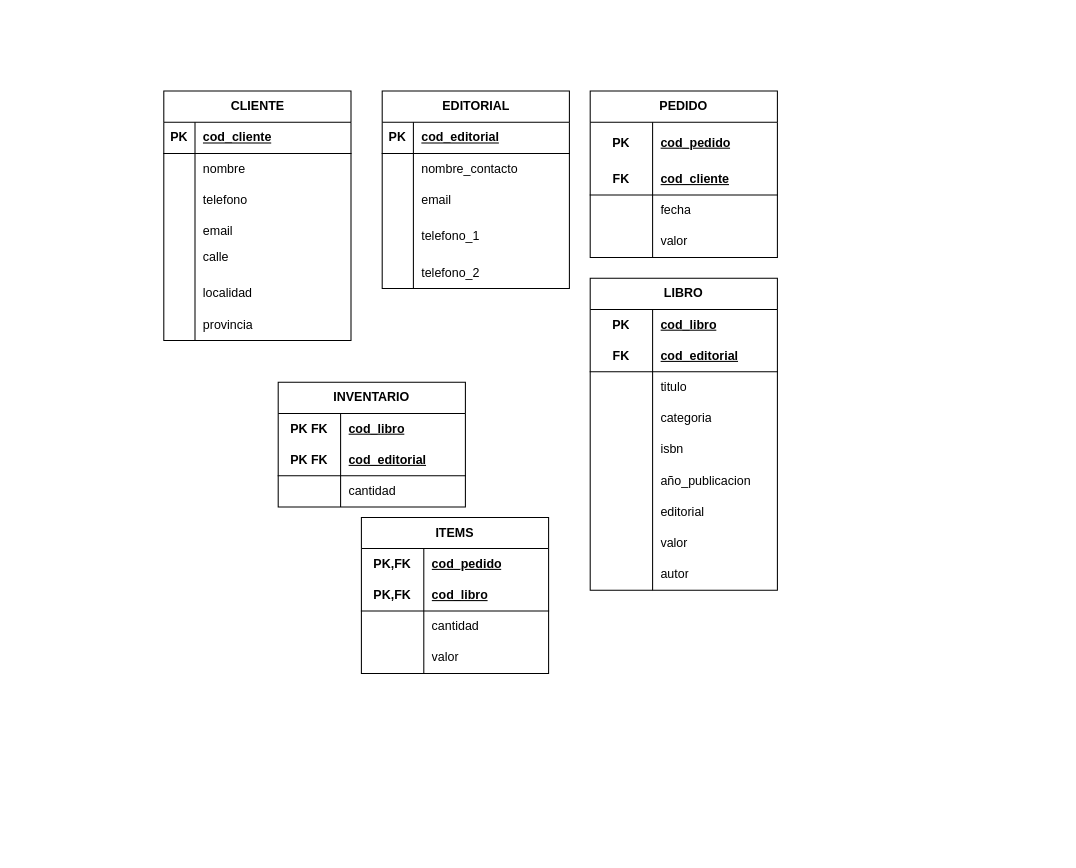
Above: db/modelo-logico.drawio in Sergio-Tolaba/ds_ej (draw.io), before the change. Source tidied: cells renumbered, new cells numbered last; positions are measured from the earlier drawing's top-left corner, leaving out a move shared by most shapes. Both pictures are drawn from the tidied source at 104%, with x=0, y=0 at pixel (163, 90).
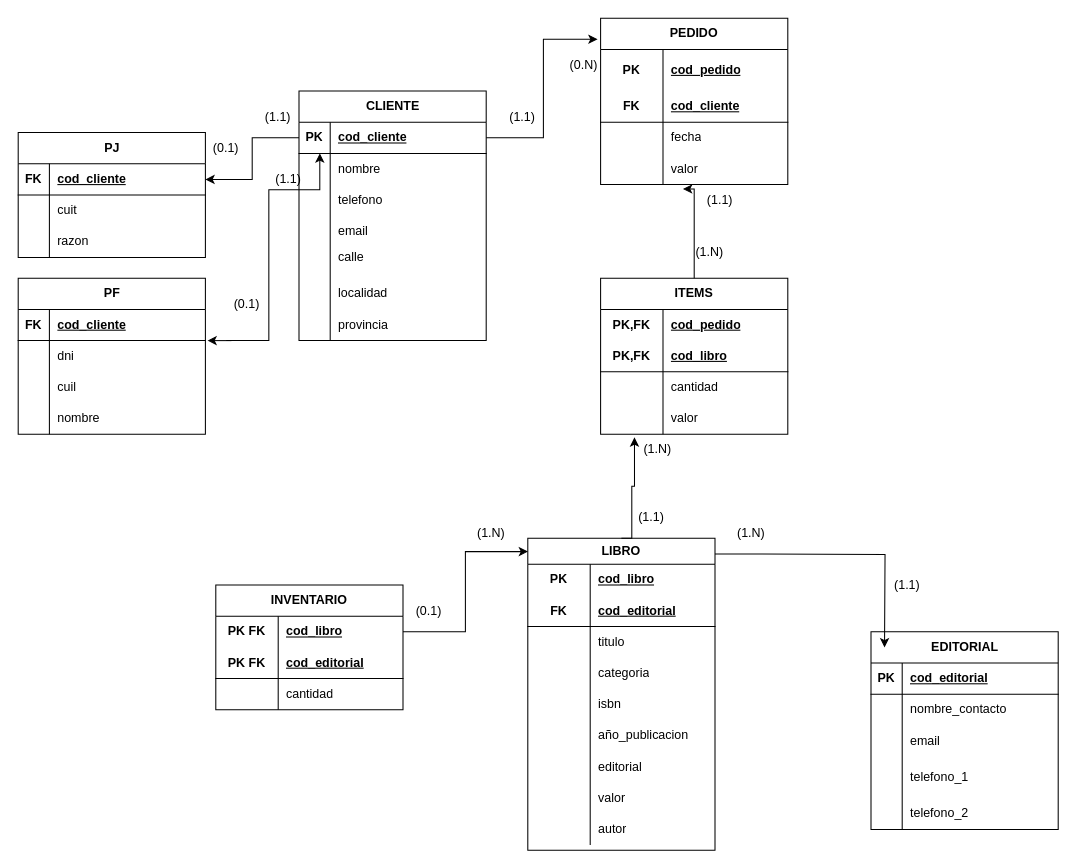
Above is the later version.

Unchanged cells that the change refers to:
```xml
<mxCell id="3" style="shape=tableRow;horizontal=0;startSize=0;swimlaneHead=0;swimlaneBody=0;fillColor=none;points=[[0,0.5],[1,0.5]];portConstraint=eastwest;top=0;left=0;right=0;bottom=1;" parent="2" vertex="1">
  <mxGeometry y="30" width="180" height="30" as="geometry" />
</mxCell>
<mxCell id="50" style="shape=tableRow;horizontal=0;startSize=0;swimlaneHead=0;swimlaneBody=0;fillColor=none;points=[[0,0.5],[1,0.5]];portConstraint=eastwest;top=0;left=0;right=0;bottom=0;html=1;" parent="40" vertex="1">
  <mxGeometry y="130" width="180" height="30" as="geometry" />
</mxCell>
<mxCell id="82" style="shape=tableRow;horizontal=0;startSize=0;swimlaneHead=0;swimlaneBody=0;fillColor=none;points=[[0,0.5],[1,0.5]];portConstraint=eastwest;top=0;left=0;right=0;bottom=0;html=1;" parent="81" vertex="1">
  <mxGeometry y="30" width="180" height="30" as="geometry" />
</mxCell>
<mxCell id="101" style="shape=tableRow;horizontal=0;startSize=0;swimlaneHead=0;swimlaneBody=0;fillColor=none;points=[[0,0.5],[1,0.5]];portConstraint=eastwest;top=0;left=0;right=0;bottom=0;html=1;" parent="91" vertex="1">
  <mxGeometry y="120" width="180" height="30" as="geometry" />
</mxCell>
```

The edit, as a diff of the source:
```diff
@@
     <mxCell id="2" value="CLIENTE" style="shape=table;startSize=30;childLayout=tableLayout;rowLines=0;fontStyle=1;align=center;html=1;" parent="1" vertex="1">
-      <mxGeometry width="180" height="240" as="geometry" />
+      <mxGeometry x="130" width="180" height="240" as="geometry" />
     </mxCell>
@@
     <mxCell id="24" value="EDITORIAL" style="shape=table;startSize=30;childLayout=tableLayout;rowLines=0;fontStyle=1;align=center;html=1;" parent="1" vertex="1">
-      <mxGeometry x="210" width="180" height="190" as="geometry" />
+      <mxGeometry x="680" y="520" width="180" height="190" as="geometry" />
     </mxCell>
@@
     <mxCell id="40" value="PEDIDO" style="shape=table;startSize=30;childLayout=tableLayout;rowLines=0;fontStyle=1;align=center;html=1;whiteSpace=wrap;" parent="1" vertex="1">
-      <mxGeometry x="410" width="180" height="160" as="geometry" />
+      <mxGeometry x="420" y="-70" width="180" height="160" as="geometry" />
     </mxCell>
@@
-    <mxCell id="53" value="LIBRO" style="shape=table;startSize=30;childLayout=tableLayout;rowLines=0;fontStyle=1;align=center;html=1;whiteSpace=wrap;" parent="1" vertex="1">
-      <mxGeometry x="410" y="180" width="180" height="300" as="geometry" />
+    <mxCell id="53" value="LIBRO" style="shape=table;startSize=25;childLayout=tableLayout;rowLines=0;fontStyle=1;align=center;html=1;whiteSpace=wrap;" parent="1" vertex="1">
+      <mxGeometry x="350" y="430" width="180" height="300" as="geometry" />
     </mxCell>
     <mxCell id="54" style="shape=tableRow;horizontal=0;startSize=0;swimlaneHead=0;swimlaneBody=0;fillColor=none;top=0;left=0;right=0;bottom=0;html=1;" parent="53" vertex="1">
-      <mxGeometry y="30" width="180" height="30" as="geometry" />
+      <mxGeometry y="25" width="180" height="30" as="geometry" />
     </mxCell>
@@
     <mxCell id="57" style="shape=tableRow;horizontal=0;startSize=0;swimlaneHead=0;swimlaneBody=0;fillColor=none;top=0;left=0;right=0;bottom=1;html=1;" parent="53" vertex="1">
-      <mxGeometry y="60" width="180" height="30" as="geometry" />
+      <mxGeometry y="55" width="180" height="30" as="geometry" />
     </mxCell>
@@
     <mxCell id="60" style="shape=tableRow;horizontal=0;startSize=0;swimlaneHead=0;swimlaneBody=0;fillColor=none;top=0;left=0;right=0;bottom=0;html=1;" parent="53" vertex="1">
-      <mxGeometry y="90" width="180" height="30" as="geometry" />
+      <mxGeometry y="85" width="180" height="30" as="geometry" />
     </mxCell>
@@
     <mxCell id="63" style="shape=tableRow;horizontal=0;startSize=0;swimlaneHead=0;swimlaneBody=0;fillColor=none;top=0;left=0;right=0;bottom=0;html=1;" parent="53" vertex="1">
-      <mxGeometry y="120" width="180" height="30" as="geometry" />
+      <mxGeometry y="115" width="180" height="30" as="geometry" />
     </mxCell>
@@
     <mxCell id="66" style="shape=tableRow;horizontal=0;startSize=0;swimlaneHead=0;swimlaneBody=0;fillColor=none;top=0;left=0;right=0;bottom=0;html=1;" parent="53" vertex="1">
-      <mxGeometry y="150" width="180" height="30" as="geometry" />
+      <mxGeometry y="145" width="180" height="30" as="geometry" />
     </mxCell>
@@
     <mxCell id="69" style="shape=tableRow;horizontal=0;startSize=0;swimlaneHead=0;swimlaneBody=0;fillColor=none;top=0;left=0;right=0;bottom=0;html=1;" parent="53" vertex="1">
-      <mxGeometry y="180" width="180" height="30" as="geometry" />
+      <mxGeometry y="175" width="180" height="30" as="geometry" />
     </mxCell>
@@
     <mxCell id="72" style="shape=tableRow;horizontal=0;startSize=0;swimlaneHead=0;swimlaneBody=0;fillColor=none;top=0;left=0;right=0;bottom=0;html=1;" parent="53" vertex="1">
-      <mxGeometry y="210" width="180" height="30" as="geometry" />
+      <mxGeometry y="205" width="180" height="30" as="geometry" />
     </mxCell>
@@
     <mxCell id="75" style="shape=tableRow;horizontal=0;startSize=0;swimlaneHead=0;swimlaneBody=0;fillColor=none;top=0;left=0;right=0;bottom=0;html=1;" parent="53" vertex="1">
-      <mxGeometry y="240" width="180" height="30" as="geometry" />
+      <mxGeometry y="235" width="180" height="30" as="geometry" />
     </mxCell>
@@
     <mxCell id="78" style="shape=tableRow;horizontal=0;startSize=0;swimlaneHead=0;swimlaneBody=0;fillColor=none;top=0;left=0;right=0;bottom=0;html=1;" parent="53" vertex="1">
-      <mxGeometry y="270" width="180" height="30" as="geometry" />
+      <mxGeometry y="265" width="180" height="30" as="geometry" />
     </mxCell>
@@
     <mxCell id="81" value="INVENTARIO" style="shape=table;startSize=30;childLayout=tableLayout;rowLines=0;fontStyle=1;align=center;html=1;whiteSpace=wrap;" parent="1" vertex="1">
-      <mxGeometry x="110" y="280" width="180" height="120" as="geometry" />
+      <mxGeometry x="50" y="475" width="180" height="120" as="geometry" />
     </mxCell>
@@
     <mxCell id="91" value="ITEMS" style="shape=table;startSize=30;childLayout=tableLayout;rowLines=0;fontStyle=1;align=center;html=1;whiteSpace=wrap;" parent="1" vertex="1">
-      <mxGeometry x="190" y="410" width="180" height="150" as="geometry" />
+      <mxGeometry x="420" y="180" width="180" height="150" as="geometry" />
     </mxCell>
@@
+    <mxCell id="104" value="PJ" style="shape=table;startSize=30;childLayout=tableLayout;rowLines=0;fontStyle=1;align=center;html=1;" parent="1" vertex="1">
+      <mxGeometry x="-140" y="40" width="180" height="120" as="geometry" />
+    </mxCell>
+    <mxCell id="105" style="shape=tableRow;horizontal=0;startSize=0;swimlaneHead=0;swimlaneBody=0;fillColor=none;points=[[0,0.5],[1,0.5]];portConstraint=eastwest;top=0;left=0;right=0;bottom=1;" parent="104" vertex="1">
+      <mxGeometry y="30" width="180" height="30" as="geometry" />
+    </mxCell>
+    <mxCell id="106" value="FK" style="shape=partialRectangle;fillColor=none;top=0;left=0;bottom=0;right=0;fontStyle=1;overflow=hidden;whiteSpace=wrap;html=1;" parent="105" vertex="1">
+      <mxGeometry width="30" height="30" as="geometry" />
+    </mxCell>
+    <mxCell id="107" value="cod_cliente" style="shape=partialRectangle;fillColor=none;top=0;left=0;bottom=0;right=0;align=left;spacingLeft=6;fontStyle=5;overflow=hidden;whiteSpace=wrap;html=1;" parent="105" vertex="1">
+      <mxGeometry x="30" width="150" height="30" as="geometry" />
+    </mxCell>
+    <mxCell id="108" style="shape=tableRow;horizontal=0;startSize=0;swimlaneHead=0;swimlaneBody=0;fillColor=none;top=0;left=0;right=0;bottom=0;" parent="104" vertex="1">
+      <mxGeometry y="60" width="180" height="30" as="geometry" />
+    </mxCell>
+    <mxCell id="109" style="shape=partialRectangle;fillColor=none;top=0;left=0;bottom=0;right=0;overflow=hidden;whiteSpace=wrap;html=1;" parent="108" vertex="1">
+      <mxGeometry width="30" height="30" as="geometry" />
+    </mxCell>
+    <mxCell id="110" value="cuit" style="shape=partialRectangle;fillColor=none;top=0;left=0;bottom=0;right=0;align=left;spacingLeft=6;overflow=hidden;whiteSpace=wrap;html=1;" parent="108" vertex="1">
+      <mxGeometry x="30" width="150" height="30" as="geometry" />
+    </mxCell>
+    <mxCell id="111" style="shape=tableRow;horizontal=0;startSize=0;swimlaneHead=0;swimlaneBody=0;fillColor=none;top=0;left=0;right=0;bottom=0;" parent="104" vertex="1">
+      <mxGeometry y="90" width="180" height="30" as="geometry" />
+    </mxCell>
+    <mxCell id="112" style="shape=partialRectangle;fillColor=none;top=0;left=0;bottom=0;right=0;overflow=hidden;whiteSpace=wrap;html=1;" parent="111" vertex="1">
+      <mxGeometry width="30" height="30" as="geometry" />
+    </mxCell>
+    <mxCell id="113" value="razon" style="shape=partialRectangle;fillColor=none;top=0;left=0;bottom=0;right=0;align=left;spacingLeft=6;overflow=hidden;whiteSpace=wrap;html=1;" parent="111" vertex="1">
+      <mxGeometry x="30" width="150" height="30" as="geometry" />
+    </mxCell>
+    <mxCell id="114" value="PF" style="shape=table;startSize=30;childLayout=tableLayout;rowLines=0;fontStyle=1;align=center;html=1;" parent="1" vertex="1">
+      <mxGeometry x="-140" y="180" width="180" height="150" as="geometry" />
+    </mxCell>
+    <mxCell id="115" style="shape=tableRow;horizontal=0;startSize=0;swimlaneHead=0;swimlaneBody=0;fillColor=none;top=0;left=0;right=0;bottom=1;" parent="114" vertex="1">
+      <mxGeometry y="30" width="180" height="30" as="geometry" />
+    </mxCell>
+    <mxCell id="116" value="FK" style="shape=partialRectangle;fillColor=none;top=0;left=0;bottom=0;right=0;fontStyle=1;overflow=hidden;whiteSpace=wrap;html=1;" parent="115" vertex="1">
+      <mxGeometry width="30" height="30" as="geometry" />
+    </mxCell>
+    <mxCell id="117" value="cod_cliente" style="shape=partialRectangle;fillColor=none;top=0;left=0;bottom=0;right=0;align=left;spacingLeft=6;fontStyle=5;overflow=hidden;whiteSpace=wrap;html=1;" parent="115" vertex="1">
+      <mxGeometry x="30" width="150" height="30" as="geometry" />
+    </mxCell>
+    <mxCell id="118" style="shape=tableRow;horizontal=0;startSize=0;swimlaneHead=0;swimlaneBody=0;fillColor=none;points=[[0,0.5],[1,0.5]];portConstraint=eastwest;top=0;left=0;right=0;bottom=0;" parent="114" vertex="1">
+      <mxGeometry y="60" width="180" height="30" as="geometry" />
+    </mxCell>
+    <mxCell id="119" style="shape=partialRectangle;fillColor=none;top=0;left=0;bottom=0;right=0;overflow=hidden;whiteSpace=wrap;html=1;" parent="118" vertex="1">
+      <mxGeometry width="30" height="30" as="geometry" />
+    </mxCell>
+    <mxCell id="120" value="dni" style="shape=partialRectangle;fillColor=none;top=0;left=0;bottom=0;right=0;align=left;spacingLeft=6;overflow=hidden;whiteSpace=wrap;html=1;" parent="118" vertex="1">
+      <mxGeometry x="30" width="150" height="30" as="geometry" />
+    </mxCell>
+    <mxCell id="121" style="shape=tableRow;horizontal=0;startSize=0;swimlaneHead=0;swimlaneBody=0;fillColor=none;top=0;left=0;right=0;bottom=0;" parent="114" vertex="1">
+      <mxGeometry y="90" width="180" height="30" as="geometry" />
+    </mxCell>
+    <mxCell id="122" style="shape=partialRectangle;fillColor=none;top=0;left=0;bottom=0;right=0;overflow=hidden;whiteSpace=wrap;html=1;" parent="121" vertex="1">
+      <mxGeometry width="30" height="30" as="geometry" />
+    </mxCell>
+    <mxCell id="123" value="cuil" style="shape=partialRectangle;fillColor=none;top=0;left=0;bottom=0;right=0;align=left;spacingLeft=6;overflow=hidden;whiteSpace=wrap;html=1;" parent="121" vertex="1">
+      <mxGeometry x="30" width="150" height="30" as="geometry" />
+    </mxCell>
+    <mxCell id="124" style="shape=tableRow;horizontal=0;startSize=0;swimlaneHead=0;swimlaneBody=0;fillColor=none;top=0;left=0;right=0;bottom=0;" parent="114" vertex="1">
+      <mxGeometry y="120" width="180" height="30" as="geometry" />
+    </mxCell>
+    <mxCell id="125" style="shape=partialRectangle;fillColor=none;top=0;left=0;bottom=0;right=0;overflow=hidden;whiteSpace=wrap;html=1;" parent="124" vertex="1">
+      <mxGeometry width="30" height="30" as="geometry" />
+    </mxCell>
+    <mxCell id="126" value="nombre" style="shape=partialRectangle;fillColor=none;top=0;left=0;bottom=0;right=0;align=left;spacingLeft=6;overflow=hidden;whiteSpace=wrap;html=1;" parent="124" vertex="1">
+      <mxGeometry x="30" width="150" height="30" as="geometry" />
+    </mxCell>
+    <mxCell id="127" style="edgeStyle=orthogonalEdgeStyle;rounded=0;jettySize=auto;html=1;entryX=1;entryY=0.5;entryDx=0;entryDy=0;" parent="1" edge="1" source="3" target="105">
+      <mxGeometry relative="1" as="geometry" />
+    </mxCell>
+    <mxCell id="128" style="edgeStyle=orthogonalEdgeStyle;rounded=0;orthogonalLoop=1;jettySize=auto;html=1;exitX=1;exitY=0.5;exitDx=0;exitDy=0;entryX=0;entryY=0.5;entryDx=0;entryDy=0;" parent="1" edge="1">
+      <mxGeometry relative="1" as="geometry">
+        <mxPoint x="60" y="240" as="sourcePoint" />
+        <mxPoint x="150" y="60" as="targetPoint" />
+        <Array as="points">
+          <mxPoint x="101" y="240" />
+          <mxPoint x="101" y="95" />
+          <mxPoint x="150" y="95" />
+        </Array>
+      </mxGeometry>
+    </mxCell>
+    <mxCell id="129" style="edgeStyle=orthogonalEdgeStyle;rounded=0;jettySize=auto;html=1;exitX=1;exitY=0.5;exitDx=0;exitDy=0;entryX=-0.016;entryY=0.126;entryDx=0;entryDy=0;entryPerimeter=0;" parent="1" edge="1" source="3" target="40">
+      <mxGeometry relative="1" as="geometry" />
+    </mxCell>
+    <mxCell id="130" style="edgeStyle=orthogonalEdgeStyle;rounded=0;jettySize=auto;html=1;exitX=0.5;exitY=0;exitDx=0;exitDy=0;entryX=0.44;entryY=1.14;entryDx=0;entryDy=0;entryPerimeter=0;" parent="1" edge="1" source="91" target="50">
+      <mxGeometry relative="1" as="geometry">
+        <Array as="points">
+          <mxPoint x="510" y="94" />
+        </Array>
+      </mxGeometry>
+    </mxCell>
+    <mxCell id="131" style="edgeStyle=orthogonalEdgeStyle;rounded=0;jettySize=auto;html=1;exitX=0.5;exitY=0;exitDx=0;exitDy=0;entryX=0.181;entryY=1.1;entryDx=0;entryDy=0;entryPerimeter=0;" parent="1" edge="1" source="53" target="101">
+      <mxGeometry relative="1" as="geometry">
+        <Array as="points">
+          <mxPoint x="450" y="380" />
+          <mxPoint x="453" y="380" />
+        </Array>
+      </mxGeometry>
+    </mxCell>
+    <mxCell id="132" value="(0.1)" style="text;strokeColor=none;align=center;fillColor=none;html=1;verticalAlign=middle;whiteSpace=wrap;rounded=0;" parent="1" vertex="1">
+      <mxGeometry x="30" y="20" width="60" height="70" as="geometry" />
+    </mxCell>
+    <mxCell id="133" value="(0.1)" style="text;strokeColor=none;align=center;fillColor=none;html=1;verticalAlign=middle;whiteSpace=wrap;rounded=0;" parent="1" vertex="1">
+      <mxGeometry x="50" y="170" width="60" height="70" as="geometry" />
+    </mxCell>
+    <mxCell id="134" style="edgeStyle=orthogonalEdgeStyle;rounded=0;jettySize=auto;html=1;exitX=0.25;exitY=1;exitDx=0;exitDy=0;entryX=1.011;entryY=0.007;entryDx=0;entryDy=0;entryPerimeter=0;" parent="1" edge="1" source="133" target="118">
+      <mxGeometry relative="1" as="geometry" />
+    </mxCell>
+    <mxCell id="135" value="(1.1)" style="text;strokeColor=none;align=center;fillColor=none;html=1;verticalAlign=middle;whiteSpace=wrap;rounded=0;" parent="1" vertex="1">
+      <mxGeometry x="80" y="-10" width="60" height="70" as="geometry" />
+    </mxCell>
+    <mxCell id="136" value="(1.1)" style="text;strokeColor=none;align=center;fillColor=none;html=1;verticalAlign=middle;whiteSpace=wrap;rounded=0;" parent="1" vertex="1">
+      <mxGeometry x="90" y="50" width="60" height="70" as="geometry" />
+    </mxCell>
+    <mxCell id="137" value="(0.N)" style="text;strokeColor=none;align=center;fillColor=none;html=1;verticalAlign=middle;whiteSpace=wrap;rounded=0;" parent="1" vertex="1">
+      <mxGeometry x="374" y="-60" width="60" height="70" as="geometry" />
+    </mxCell>
+    <mxCell id="138" value="(1.1)" style="text;strokeColor=none;align=center;fillColor=none;html=1;verticalAlign=middle;whiteSpace=wrap;rounded=0;" parent="1" vertex="1">
+      <mxGeometry x="310" y="-10" width="70" height="70" as="geometry" />
+    </mxCell>
+    <mxCell id="139" value="(1.N)" style="text;strokeColor=none;align=center;fillColor=none;html=1;verticalAlign=middle;whiteSpace=wrap;rounded=0;" parent="1" vertex="1">
+      <mxGeometry x="490" y="120" width="70" height="70" as="geometry" />
+    </mxCell>
+    <mxCell id="140" value="(1.1)" style="text;strokeColor=none;align=center;fillColor=none;html=1;verticalAlign=middle;whiteSpace=wrap;rounded=0;" parent="1" vertex="1">
+      <mxGeometry x="500" y="70" width="70" height="70" as="geometry" />
+    </mxCell>
+    <mxCell id="141" value="(1.1)" style="text;strokeColor=none;align=center;fillColor=none;html=1;verticalAlign=middle;whiteSpace=wrap;rounded=0;" parent="1" vertex="1">
+      <mxGeometry x="434" y="375" width="70" height="70" as="geometry" />
+    </mxCell>
+    <mxCell id="142" value="(1.N)" style="text;strokeColor=none;align=center;fillColor=none;html=1;verticalAlign=middle;whiteSpace=wrap;rounded=0;" parent="1" vertex="1">
+      <mxGeometry x="440" y="310" width="70" height="70" as="geometry" />
+    </mxCell>
+    <mxCell id="143" style="edgeStyle=orthogonalEdgeStyle;rounded=0;jettySize=auto;html=1;exitX=1;exitY=0.5;exitDx=0;exitDy=0;entryX=0.001;entryY=0.043;entryDx=0;entryDy=0;entryPerimeter=0;" parent="1" edge="1" source="82" target="53">
+      <mxGeometry relative="1" as="geometry" />
+    </mxCell>
+    <mxCell id="144" style="edgeStyle=orthogonalEdgeStyle;rounded=0;orthogonalLoop=1;jettySize=auto;html=1;" parent="1" edge="1">
+      <mxGeometry relative="1" as="geometry">
+        <mxPoint x="530" y="445.1" as="sourcePoint" />
+        <mxPoint x="693" y="535" as="targetPoint" />
+      </mxGeometry>
+    </mxCell>
+    <mxCell id="145" value="(0.1)" style="text;strokeColor=none;align=center;fillColor=none;html=1;verticalAlign=middle;whiteSpace=wrap;rounded=0;" parent="1" vertex="1">
+      <mxGeometry x="220" y="465" width="70" height="70" as="geometry" />
+    </mxCell>
+    <mxCell id="146" value="(1.N)" style="text;strokeColor=none;align=center;fillColor=none;html=1;verticalAlign=middle;whiteSpace=wrap;rounded=0;" parent="1" vertex="1">
+      <mxGeometry x="280" y="390" width="70" height="70" as="geometry" />
+    </mxCell>
+    <mxCell id="147" value="(1.N)" style="text;strokeColor=none;align=center;fillColor=none;html=1;verticalAlign=middle;whiteSpace=wrap;rounded=0;" parent="1" vertex="1">
+      <mxGeometry x="530" y="390" width="70" height="70" as="geometry" />
+    </mxCell>
+    <mxCell id="148" value="(1.1)" style="text;strokeColor=none;align=center;fillColor=none;html=1;verticalAlign=middle;whiteSpace=wrap;rounded=0;" parent="1" vertex="1">
+      <mxGeometry x="680" y="440" width="70" height="70" as="geometry" />
+    </mxCell>
```
